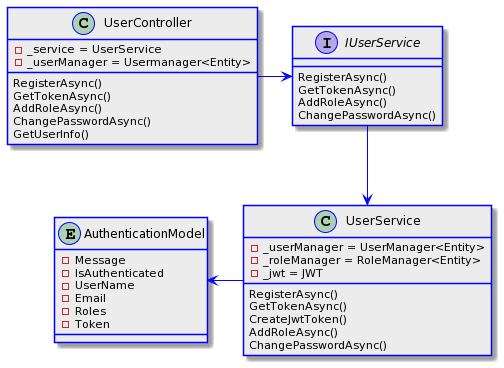
The PlantUML diagram Documentos/3_APICentral(iParkMedusa)/UC6/DC_Uc6.png in UPskillDOTNET/SapienSoft, before a commit. Source of this version:
```plantuml
@startuml
skinparam class {
BackgroundColor #ECECEC
ArrowColor Blue
BorderColor Blue
}


Class UserController{
- _service = UserService
- _userManager = Usermanager<Entity>
RegisterAsync()
GetTokenAsync()
AddRoleAsync()
ChangePasswordAsync()
GetUserInfo()
}

Interface IUserService{
RegisterAsync()
GetTokenAsync()
AddRoleAsync()
ChangePasswordAsync()
}

Class UserService{
- _userManager = UserManager<Entity>
- _roleManager = RoleManager<Entity>
- _jwt = JWT
RegisterAsync()
GetTokenAsync()
CreateJwtToken()
AddRoleAsync()
ChangePasswordAsync()
}

Entity AuthenticationModel{
- Message
- IsAuthenticated
- UserName
- Email
- Roles
- Token
}

UserController -> IUserService
IUserService --> UserService
AuthenticationModel <- UserService
@enduml
```
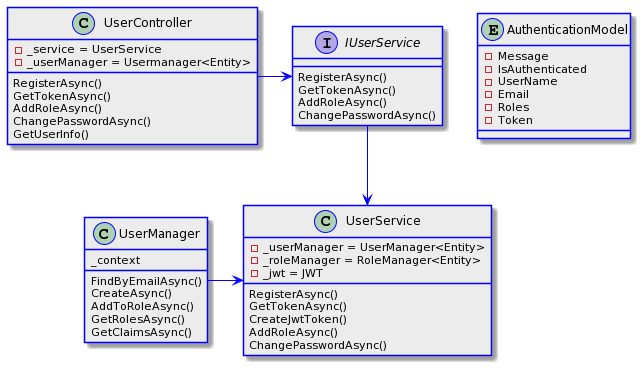
After the commit.

What changed in the source:
```diff
@@ -43,7 +43,16 @@
 - Token
 }
 
+class UserManager{
+_context
+FindByEmailAsync()
+CreateAsync()
+AddToRoleAsync()
+GetRolesAsync()
+GetClaimsAsync()
+}
+
 UserController -> IUserService
 IUserService --> UserService
-AuthenticationModel <- UserService
+UserManager -> UserService
 @enduml
```
